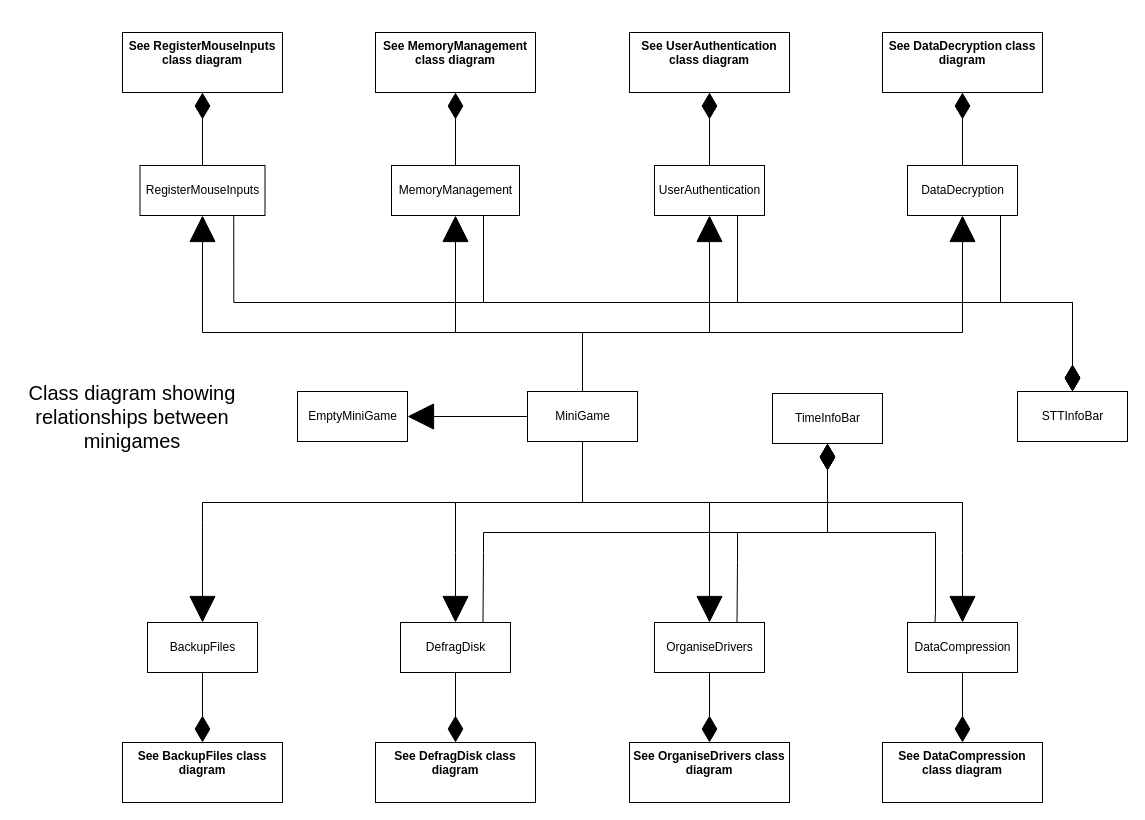
The draw.io diagram diagrams/class diagrams/Minigames.drawio in Jalco28/A-Level-Project, before the edit. Source tidied: cells renumbered, new cells numbered last; positions are measured from the earlier drawing's top-left corner, leaving out a move shared by most shapes. Both pictures are drawn from the tidied source at 100%, with x=0, y=0 at pixel (17, 32).
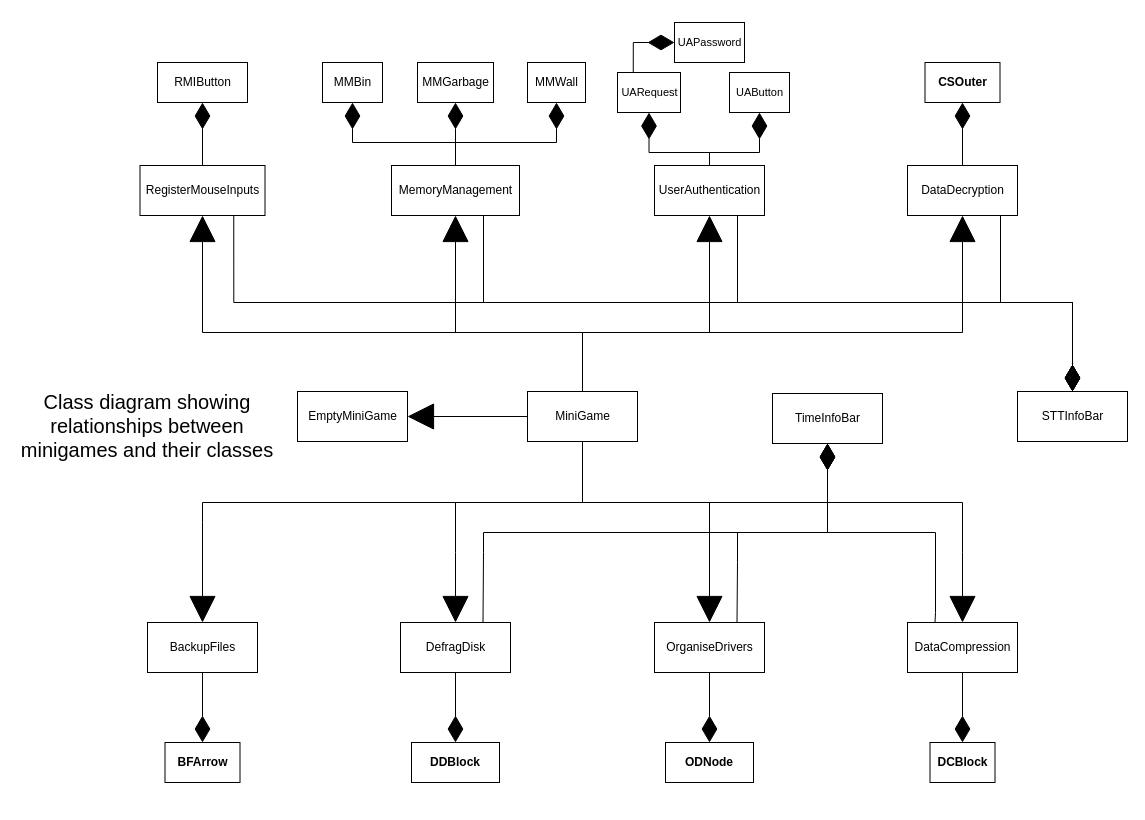
The same page after the edit.

Commit message:
Add minigame util classes

The change refers to these unchanged cells:
```xml
<mxCell id="42" value="RegisterMouseInputs" style="html=1;" parent="1" vertex="1">
  <mxGeometry x="122.5" y="133" width="125" height="50" as="geometry" />
</mxCell>
<mxCell id="43" value="MemoryManagement" style="html=1;" parent="1" vertex="1">
  <mxGeometry x="374" y="133" width="128" height="50" as="geometry" />
</mxCell>
<mxCell id="44" value="UserAuthentication" style="html=1;" parent="1" vertex="1">
  <mxGeometry x="637" y="133" width="110" height="50" as="geometry" />
</mxCell>
```

Change to the diagram source:
```diff
@@
-    <mxCell id="6" style="edgeStyle=orthogonalEdgeStyle;shape=connector;rounded=0;jettySize=auto;html=1;entryX=0.5;entryY=1;entryDx=0;entryDy=0;labelBackgroundColor=default;strokeColor=default;align=center;verticalAlign=middle;fontFamily=Helvetica;fontSize=11;fontColor=default;endArrow=diamondThin;endFill=1;endSize=24;exitX=0.5;exitY=0;exitDx=0;exitDy=0;" parent="1" edge="1" source="42" target="26">
+    <mxCell id="6" style="edgeStyle=orthogonalEdgeStyle;shape=connector;rounded=0;jettySize=auto;html=1;entryX=0.5;entryY=1;entryDx=0;entryDy=0;labelBackgroundColor=default;strokeColor=default;align=center;verticalAlign=middle;fontFamily=Helvetica;fontSize=11;fontColor=default;endArrow=diamondThin;endFill=1;endSize=24;exitX=0.5;exitY=0;exitDx=0;exitDy=0;" parent="1" edge="1" source="42" target="51">
       <mxGeometry relative="1" as="geometry" />
     </mxCell>
@@
-    <mxCell id="8" style="edgeStyle=orthogonalEdgeStyle;shape=connector;rounded=0;jettySize=auto;html=1;entryX=0.5;entryY=1;entryDx=0;entryDy=0;labelBackgroundColor=default;strokeColor=default;align=center;verticalAlign=middle;fontFamily=Helvetica;fontSize=11;fontColor=default;endArrow=diamondThin;endFill=1;endSize=24;exitX=0.5;exitY=0;exitDx=0;exitDy=0;" parent="1" edge="1" source="43" target="27">
+    <mxCell id="8" style="edgeStyle=orthogonalEdgeStyle;shape=connector;rounded=0;jettySize=auto;html=1;entryX=0.5;entryY=1;entryDx=0;entryDy=0;labelBackgroundColor=default;strokeColor=default;align=center;verticalAlign=middle;fontFamily=Helvetica;fontSize=11;fontColor=default;endArrow=diamondThin;endFill=1;endSize=24;exitX=0.5;exitY=0;exitDx=0;exitDy=0;" parent="1" edge="1" source="43" target="53">
       <mxGeometry relative="1" as="geometry" />
     </mxCell>
@@
-    <mxCell id="10" style="edgeStyle=orthogonalEdgeStyle;shape=connector;rounded=0;jettySize=auto;html=1;entryX=0.5;entryY=1;entryDx=0;entryDy=0;labelBackgroundColor=default;strokeColor=default;align=center;verticalAlign=middle;fontFamily=Helvetica;fontSize=11;fontColor=default;endArrow=diamondThin;endFill=1;endSize=24;exitX=0.5;exitY=0;exitDx=0;exitDy=0;" parent="1" edge="1" source="44" target="28">
-      <mxGeometry relative="1" as="geometry" />
-    </mxCell>
@@
-    <mxCell id="22" value="See BackupFiles class diagram" style="whiteSpace=wrap;html=1;verticalAlign=top;fontStyle=1;startSize=26;" parent="1" vertex="1">
-      <mxGeometry x="105" y="710" width="160" height="60" as="geometry" />
+    <mxCell id="22" value="BFArrow" style="whiteSpace=wrap;html=1;verticalAlign=middle;fontStyle=1;startSize=26;" parent="1" vertex="1">
+      <mxGeometry x="147.5" y="710" width="75" height="40" as="geometry" />
     </mxCell>
-    <mxCell id="23" value="See DefragDisk class diagram" style="whiteSpace=wrap;html=1;verticalAlign=top;fontStyle=1;startSize=26;" parent="1" vertex="1">
-      <mxGeometry x="358" y="710" width="160" height="60" as="geometry" />
+    <mxCell id="23" value="DDBlock" style="whiteSpace=wrap;html=1;verticalAlign=middle;fontStyle=1;startSize=26;" parent="1" vertex="1">
+      <mxGeometry x="394" y="710" width="88" height="40" as="geometry" />
     </mxCell>
-    <mxCell id="24" value="See OrganiseDrivers class diagram" style="whiteSpace=wrap;html=1;verticalAlign=top;fontStyle=1;startSize=26;" parent="1" vertex="1">
-      <mxGeometry x="612" y="710" width="160" height="60" as="geometry" />
+    <mxCell id="24" value="ODNode" style="whiteSpace=wrap;html=1;verticalAlign=middle;fontStyle=1;startSize=26;" parent="1" vertex="1">
+      <mxGeometry x="648" y="710" width="88" height="40" as="geometry" />
     </mxCell>
-    <mxCell id="25" value="See DataCompression class diagram" style="whiteSpace=wrap;html=1;verticalAlign=top;fontStyle=1;startSize=26;" parent="1" vertex="1">
-      <mxGeometry x="865" y="710" width="160" height="60" as="geometry" />
+    <mxCell id="25" value="DCBlock" style="whiteSpace=wrap;html=1;verticalAlign=middle;fontStyle=1;startSize=26;" parent="1" vertex="1">
+      <mxGeometry x="912.5" y="710" width="65" height="40" as="geometry" />
     </mxCell>
-    <mxCell id="26" value="See RegisterMouseInputs class diagram" style="whiteSpace=wrap;html=1;verticalAlign=top;fontStyle=1;startSize=26;" parent="1" vertex="1">
-      <mxGeometry x="105" width="160" height="60" as="geometry" />
-    </mxCell>
-    <mxCell id="27" value="See MemoryManagement class diagram" style="whiteSpace=wrap;html=1;verticalAlign=top;fontStyle=1;startSize=26;" parent="1" vertex="1">
-      <mxGeometry x="358" width="160" height="60" as="geometry" />
-    </mxCell>
-    <mxCell id="28" value="See UserAuthentication class diagram" style="whiteSpace=wrap;html=1;verticalAlign=top;fontStyle=1;startSize=26;" parent="1" vertex="1">
-      <mxGeometry x="612" width="160" height="60" as="geometry" />
-    </mxCell>
-    <mxCell id="29" value="See DataDecryption class diagram" style="whiteSpace=wrap;html=1;verticalAlign=top;fontStyle=1;startSize=26;" parent="1" vertex="1">
-      <mxGeometry x="865" width="160" height="60" as="geometry" />
+    <mxCell id="29" value="CSOuter" style="whiteSpace=wrap;html=1;verticalAlign=middle;fontStyle=1;startSize=26;align=center;" parent="1" vertex="1">
+      <mxGeometry x="907.5" y="30" width="75" height="40" as="geometry" />
     </mxCell>
@@
+    <mxCell id="47" style="edgeStyle=orthogonalEdgeStyle;html=1;entryX=0.5;entryY=1;entryDx=0;entryDy=0;endArrow=diamondThin;rounded=0;endFill=1;endSize=24;exitX=0.5;exitY=0;exitDx=0;exitDy=0;" parent="1" edge="1" source="43" target="52">
+      <mxGeometry relative="1" as="geometry">
+        <Array as="points">
+          <mxPoint x="438" y="110" />
+          <mxPoint x="335" y="110" />
+        </Array>
+      </mxGeometry>
+    </mxCell>
+    <mxCell id="48" style="edgeStyle=orthogonalEdgeStyle;shape=connector;rounded=0;html=1;entryX=0.5;entryY=1;entryDx=0;entryDy=0;labelBackgroundColor=default;strokeColor=default;fontFamily=Helvetica;fontSize=11;fontColor=default;endArrow=diamondThin;endFill=1;endSize=24;" parent="1" edge="1" source="43" target="54">
+      <mxGeometry relative="1" as="geometry">
+        <Array as="points">
+          <mxPoint x="438" y="110" />
+          <mxPoint x="539" y="110" />
+        </Array>
+      </mxGeometry>
+    </mxCell>
@@
+    <mxCell id="49" style="edgeStyle=orthogonalEdgeStyle;shape=connector;rounded=0;html=1;entryX=0.5;entryY=1;entryDx=0;entryDy=0;labelBackgroundColor=default;strokeColor=default;fontFamily=Helvetica;fontSize=11;fontColor=default;endArrow=diamondThin;endFill=1;endSize=24;" parent="1" edge="1" source="44" target="56">
+      <mxGeometry relative="1" as="geometry">
+        <Array as="points">
+          <mxPoint x="692" y="120" />
+          <mxPoint x="631" y="120" />
+        </Array>
+      </mxGeometry>
+    </mxCell>
+    <mxCell id="50" style="edgeStyle=orthogonalEdgeStyle;shape=connector;rounded=0;html=1;entryX=0.5;entryY=1;entryDx=0;entryDy=0;labelBackgroundColor=default;strokeColor=default;fontFamily=Helvetica;fontSize=11;fontColor=default;endArrow=diamondThin;endFill=1;endSize=24;" parent="1" edge="1" source="44" target="58">
+      <mxGeometry relative="1" as="geometry">
+        <Array as="points">
+          <mxPoint x="692" y="120" />
+          <mxPoint x="742" y="120" />
+        </Array>
+      </mxGeometry>
+    </mxCell>
@@
-    <mxCell id="46" value="&lt;font style=&quot;font-size: 20px;&quot;&gt;Class diagram showing relationships between minigames&lt;/font&gt;" style="text;html=1;strokeColor=none;fillColor=none;align=center;verticalAlign=middle;whiteSpace=wrap;rounded=0;" parent="1" vertex="1">
-      <mxGeometry y="339.5" width="230" height="89" as="geometry" />
+    <mxCell id="46" value="&lt;font style=&quot;font-size: 20px;&quot;&gt;Class diagram showing relationships between minigames and their classes&lt;/font&gt;" style="text;html=1;strokeColor=none;fillColor=none;align=center;verticalAlign=middle;whiteSpace=wrap;rounded=0;" parent="1" vertex="1">
+      <mxGeometry y="343" width="260" height="100.5" as="geometry" />
     </mxCell>
+    <mxCell id="51" value="RMIButton" style="html=1;" parent="1" vertex="1">
+      <mxGeometry x="140" y="30" width="90" height="40" as="geometry" />
+    </mxCell>
+    <mxCell id="52" value="MMBin" style="html=1;" parent="1" vertex="1">
+      <mxGeometry x="305" y="30" width="60" height="40" as="geometry" />
+    </mxCell>
+    <mxCell id="53" value="MMGarbage" style="html=1;" parent="1" vertex="1">
+      <mxGeometry x="400" y="30" width="76" height="40" as="geometry" />
+    </mxCell>
+    <mxCell id="54" value="MMWall" style="html=1;" parent="1" vertex="1">
+      <mxGeometry x="510" y="30" width="58" height="40" as="geometry" />
+    </mxCell>
+    <mxCell id="55" style="edgeStyle=orthogonalEdgeStyle;shape=connector;rounded=0;html=1;exitX=0.25;exitY=0;exitDx=0;exitDy=0;entryX=0;entryY=0.5;entryDx=0;entryDy=0;labelBackgroundColor=default;strokeColor=default;fontFamily=Helvetica;fontSize=11;fontColor=default;endArrow=diamondThin;endFill=1;endSize=24;" parent="1" edge="1" source="56" target="57">
+      <mxGeometry relative="1" as="geometry" />
+    </mxCell>
+    <mxCell id="56" value="UARequest" style="html=1;fontFamily=Helvetica;fontSize=11;fontColor=default;" parent="1" vertex="1">
+      <mxGeometry x="600" y="40" width="63" height="40" as="geometry" />
+    </mxCell>
+    <mxCell id="57" value="UAPassword" style="html=1;fontFamily=Helvetica;fontSize=11;fontColor=default;" parent="1" vertex="1">
+      <mxGeometry x="657" y="-10" width="70" height="40" as="geometry" />
+    </mxCell>
+    <mxCell id="58" value="UAButton" style="html=1;fontFamily=Helvetica;fontSize=11;fontColor=default;" parent="1" vertex="1">
+      <mxGeometry x="712" y="40" width="60" height="40" as="geometry" />
+    </mxCell>
```
